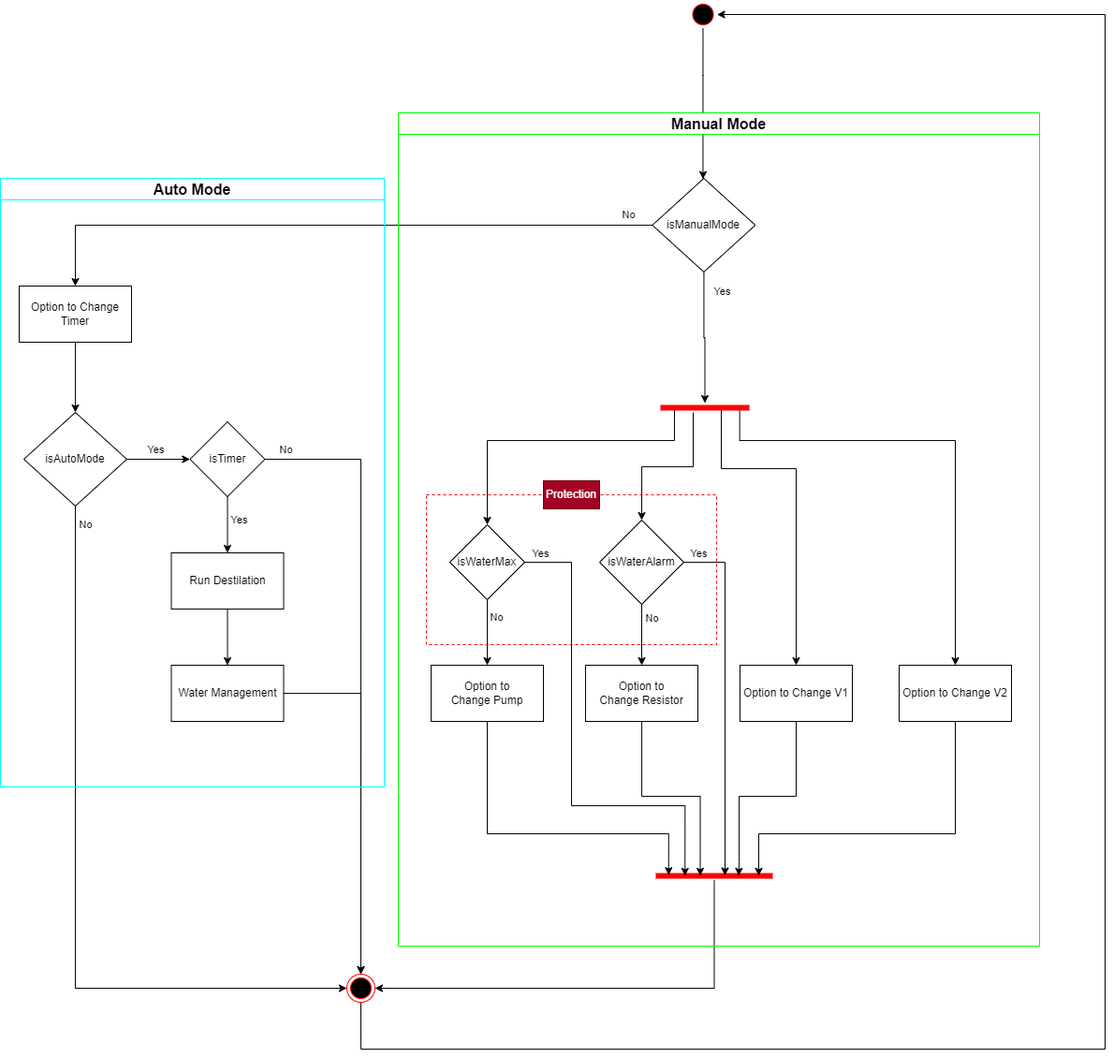
Above: Documentation/diagrams/Sequencia do funcionamento user level/Sequencia do funcionamento user level.drawio.png in primituga/InteligentDestiller (draw.io), before the change. Source tidied: cells renumbered, new cells last; positions are measured from the earlier drawing's top-left corner, leaving out a move shared by most shapes. Its diagram source:
```xml
<mxGraphModel>
  <root>
    <mxCell id="0" />
    <mxCell id="1" parent="0" />
    <mxCell id="2" value="Option to Change V1" style="rounded=0;whiteSpace=wrap;html=1;" parent="1" vertex="1">
      <mxGeometry x="790" y="710" width="120" height="60" as="geometry" />
    </mxCell>
    <mxCell id="3" style="edgeStyle=orthogonalEdgeStyle;rounded=0;jettySize=auto;html=1;entryDx=0;entryDy=0;entryPerimeter=0;" parent="1" edge="1" source="5" target="19">
      <mxGeometry relative="1" as="geometry" />
    </mxCell>
    <mxCell id="4" value="Yes" style="edgeLabel;html=1;align=center;verticalAlign=middle;" parent="3" vertex="1">
      <mxGeometry x="-0.29" y="-2" relative="1" as="geometry">
        <mxPoint x="21" y="-30" as="offset" />
      </mxGeometry>
    </mxCell>
    <mxCell id="5" value="isManualMode" style="rhombus;whiteSpace=wrap;html=1;" parent="1" vertex="1">
      <mxGeometry x="696.4" y="190" width="110" height="100" as="geometry" />
    </mxCell>
    <mxCell id="6" value="Option to Change&amp;nbsp;V2" style="rounded=0;whiteSpace=wrap;html=1;" parent="1" vertex="1">
      <mxGeometry x="960" y="710" width="120" height="60" as="geometry" />
    </mxCell>
    <mxCell id="7" value="Option to Change&amp;nbsp;Pump" style="rounded=0;whiteSpace=wrap;html=1;" parent="1" vertex="1">
      <mxGeometry x="460" y="710" width="120" height="60" as="geometry" />
    </mxCell>
    <mxCell id="8" value="Option to Change&amp;nbsp;Resistor" style="rounded=0;whiteSpace=wrap;html=1;" parent="1" vertex="1">
      <mxGeometry x="625" y="710" width="120" height="60" as="geometry" />
    </mxCell>
    <mxCell id="9" style="edgeStyle=orthogonalEdgeStyle;rounded=0;jettySize=auto;html=1;entryDx=0;entryDy=0;" parent="1" edge="1" source="11" target="7">
      <mxGeometry relative="1" as="geometry" />
    </mxCell>
    <mxCell id="10" value="No" style="edgeLabel;html=1;align=center;verticalAlign=middle;" parent="9" vertex="1">
      <mxGeometry x="-0.22" y="1" relative="1" as="geometry">
        <mxPoint x="9" y="-9" as="offset" />
      </mxGeometry>
    </mxCell>
    <mxCell id="11" value="isWaterMax" style="rhombus;whiteSpace=wrap;html=1;" parent="1" vertex="1">
      <mxGeometry x="480" y="560" width="80" height="80" as="geometry" />
    </mxCell>
    <mxCell id="12" style="edgeStyle=orthogonalEdgeStyle;rounded=0;jettySize=auto;html=1;entryDx=0;entryDy=0;" parent="1" edge="1" source="14" target="8">
      <mxGeometry relative="1" as="geometry" />
    </mxCell>
    <mxCell id="13" value="No" style="edgeLabel;html=1;align=center;verticalAlign=middle;" parent="12" vertex="1">
      <mxGeometry x="-0.28" relative="1" as="geometry">
        <mxPoint x="11" y="-9" as="offset" />
      </mxGeometry>
    </mxCell>
    <mxCell id="14" value="isWaterAlarm" style="rhombus;whiteSpace=wrap;html=1;" parent="1" vertex="1">
      <mxGeometry x="640" y="555" width="90" height="90" as="geometry" />
    </mxCell>
    <mxCell id="15" style="edgeStyle=orthogonalEdgeStyle;rounded=0;jettySize=auto;html=1;exitDx=0;exitDy=0;exitPerimeter=0;entryDx=0;entryDy=0;exitX=0.75;exitY=0.5;entryX=0.5;entryY=0;" parent="1" edge="1" source="19" target="2">
      <mxGeometry relative="1" as="geometry">
        <Array as="points">
          <mxPoint x="770" y="435" />
          <mxPoint x="770" y="500" />
          <mxPoint x="850" y="500" />
        </Array>
      </mxGeometry>
    </mxCell>
    <mxCell id="16" style="edgeStyle=orthogonalEdgeStyle;rounded=0;jettySize=auto;html=1;exitDx=0;exitDy=0;exitPerimeter=0;exitX=0.25;exitY=0.5;entryX=0.5;entryY=0;entryDx=0;entryDy=0;" parent="1" edge="1" source="19" target="11">
      <mxGeometry relative="1" as="geometry">
        <Array as="points">
          <mxPoint x="720" y="435" />
          <mxPoint x="720" y="470" />
          <mxPoint x="520" y="470" />
        </Array>
      </mxGeometry>
    </mxCell>
    <mxCell id="17" style="edgeStyle=orthogonalEdgeStyle;rounded=0;jettySize=auto;html=1;exitDx=0;exitDy=0;exitPerimeter=0;entryDx=0;entryDy=0;exitX=0.891;exitY=0.533;entryX=0.5;entryY=0;" parent="1" edge="1" source="19" target="6">
      <mxGeometry relative="1" as="geometry">
        <Array as="points">
          <mxPoint x="790" y="470" />
          <mxPoint x="1020" y="470" />
        </Array>
      </mxGeometry>
    </mxCell>
    <mxCell id="18" style="edgeStyle=orthogonalEdgeStyle;rounded=0;jettySize=auto;html=1;entryX=0.5;entryY=0;entryDx=0;entryDy=0;" parent="1" edge="1" source="19" target="14">
      <mxGeometry relative="1" as="geometry">
        <Array as="points">
          <mxPoint x="740" y="498" />
          <mxPoint x="685" y="498" />
        </Array>
      </mxGeometry>
    </mxCell>
    <mxCell id="19" style="shape=line;html=1;strokeWidth=6;strokeColor=#ff0000;rotation=0;" parent="1" vertex="1">
      <mxGeometry x="705" y="430" width="95" height="10" as="geometry" />
    </mxCell>
    <mxCell id="20" style="edgeStyle=orthogonalEdgeStyle;rounded=0;jettySize=auto;html=1;exitX=0.5;exitY=1;exitDx=0;exitDy=0;" parent="1" edge="1" source="21" target="5">
      <mxGeometry relative="1" as="geometry">
        <Array as="points">
          <mxPoint x="751" y="80" />
          <mxPoint x="751" y="80" />
        </Array>
      </mxGeometry>
    </mxCell>
    <mxCell id="21" style="ellipse;html=1;shape=startState;fillColor=#000000;strokeColor=#ff0000;" parent="1" vertex="1">
      <mxGeometry x="735.5" width="30" height="30" as="geometry" />
    </mxCell>
    <mxCell id="22" style="edgeStyle=orthogonalEdgeStyle;rounded=0;jettySize=auto;html=1;entryDx=0;entryDy=0;" parent="1" edge="1" source="26" target="33">
      <mxGeometry relative="1" as="geometry" />
    </mxCell>
    <mxCell id="23" value="Yes" style="edgeLabel;html=1;align=center;verticalAlign=middle;" parent="22" vertex="1">
      <mxGeometry x="-0.13" y="-2" relative="1" as="geometry">
        <mxPoint x="1" y="-12" as="offset" />
      </mxGeometry>
    </mxCell>
    <mxCell id="24" style="edgeStyle=orthogonalEdgeStyle;rounded=0;jettySize=auto;html=1;entryDx=0;entryDy=0;exitX=0.5;exitY=1;exitDx=0;exitDy=0;" parent="1" edge="1" source="26" target="39">
      <mxGeometry relative="1" as="geometry">
        <Array as="points">
          <mxPoint x="80" y="1055" />
        </Array>
      </mxGeometry>
    </mxCell>
    <mxCell id="25" value="No" style="edgeLabel;html=1;align=center;verticalAlign=middle;" parent="24" vertex="1">
      <mxGeometry x="0.43" relative="1" as="geometry">
        <mxPoint x="-50" y="-495" as="offset" />
      </mxGeometry>
    </mxCell>
    <mxCell id="26" value="isAutoMode" style="rhombus;whiteSpace=wrap;html=1;" parent="1" vertex="1">
      <mxGeometry x="25" y="440" width="110" height="100" as="geometry" />
    </mxCell>
    <mxCell id="27" style="edgeStyle=orthogonalEdgeStyle;rounded=0;jettySize=auto;html=1;entryDx=0;entryDy=0;" parent="1" edge="1" source="28" target="37">
      <mxGeometry relative="1" as="geometry" />
    </mxCell>
    <mxCell id="28" value="Run Destilation" style="rounded=0;whiteSpace=wrap;html=1;" parent="1" vertex="1">
      <mxGeometry x="182.5" y="590" width="120" height="60" as="geometry" />
    </mxCell>
    <mxCell id="29" style="edgeStyle=orthogonalEdgeStyle;rounded=0;jettySize=auto;html=1;entryDx=0;entryDy=0;" parent="1" edge="1" source="33" target="28">
      <mxGeometry relative="1" as="geometry" />
    </mxCell>
    <mxCell id="30" value="Yes" style="edgeLabel;html=1;align=center;verticalAlign=middle;" parent="29" vertex="1">
      <mxGeometry x="-0.16" y="-1" relative="1" as="geometry">
        <mxPoint x="13" as="offset" />
      </mxGeometry>
    </mxCell>
    <mxCell id="31" style="edgeStyle=orthogonalEdgeStyle;rounded=0;jettySize=auto;html=1;entryDx=0;entryDy=0;exitX=1;exitY=0.5;exitDx=0;exitDy=0;" parent="1" edge="1" source="33" target="39">
      <mxGeometry relative="1" as="geometry">
        <Array as="points">
          <mxPoint x="385" y="490" />
        </Array>
      </mxGeometry>
    </mxCell>
    <mxCell id="32" value="No" style="edgeLabel;html=1;align=center;verticalAlign=middle;" parent="31" vertex="1">
      <mxGeometry x="-0.01" y="-1" relative="1" as="geometry">
        <mxPoint x="-80" y="-230" as="offset" />
      </mxGeometry>
    </mxCell>
    <mxCell id="33" value="isTimer" style="rhombus;whiteSpace=wrap;html=1;" parent="1" vertex="1">
      <mxGeometry x="202.5" y="450" width="80" height="80" as="geometry" />
    </mxCell>
    <mxCell id="34" style="edgeStyle=orthogonalEdgeStyle;rounded=0;jettySize=auto;html=1;entryDx=0;entryDy=0;exitDx=0;exitDy=0;" parent="1" edge="1" source="35" target="26">
      <mxGeometry relative="1" as="geometry" />
    </mxCell>
    <mxCell id="35" value="Option to Change Timer" style="rounded=0;whiteSpace=wrap;html=1;" parent="1" vertex="1">
      <mxGeometry x="20" y="305" width="120" height="60" as="geometry" />
    </mxCell>
    <mxCell id="36" style="edgeStyle=orthogonalEdgeStyle;rounded=0;jettySize=auto;html=1;entryDx=0;entryDy=0;" parent="1" edge="1" source="37" target="39">
      <mxGeometry relative="1" as="geometry" />
    </mxCell>
    <mxCell id="37" value="Water Management" style="rounded=0;whiteSpace=wrap;html=1;" parent="1" vertex="1">
      <mxGeometry x="182.5" y="710" width="120" height="60" as="geometry" />
    </mxCell>
    <mxCell id="38" style="edgeStyle=orthogonalEdgeStyle;rounded=0;jettySize=auto;html=1;entryX=1;entryY=0.5;entryDx=0;entryDy=0;" parent="1" edge="1" source="39" target="21">
      <mxGeometry relative="1" as="geometry">
        <Array as="points">
          <mxPoint x="385" y="1120" />
          <mxPoint x="1180" y="1120" />
          <mxPoint x="1180" y="15" />
        </Array>
      </mxGeometry>
    </mxCell>
    <mxCell id="39" style="ellipse;html=1;shape=endState;fillColor=#000000;strokeColor=#ff0000;" parent="1" vertex="1">
      <mxGeometry x="370" y="1040" width="30" height="30" as="geometry" />
    </mxCell>
    <mxCell id="40" style="edgeStyle=orthogonalEdgeStyle;rounded=0;jettySize=auto;html=1;entryDx=0;entryDy=0;entryX=0.5;entryY=0;" parent="1" edge="1" source="5" target="35">
      <mxGeometry relative="1" as="geometry">
        <Array as="points">
          <mxPoint x="80" y="240" />
        </Array>
      </mxGeometry>
    </mxCell>
    <mxCell id="41" value="No" style="edgeLabel;html=1;align=center;verticalAlign=middle;" parent="40" vertex="1">
      <mxGeometry x="-0.13" relative="1" as="geometry">
        <mxPoint x="269" y="-12" as="offset" />
      </mxGeometry>
    </mxCell>
    <mxCell id="42" style="edgeStyle=orthogonalEdgeStyle;rounded=0;jettySize=auto;html=1;entryX=1;entryY=0.5;entryDx=0;entryDy=0;" parent="1" edge="1" source="43" target="39">
      <mxGeometry relative="1" as="geometry">
        <Array as="points">
          <mxPoint x="763" y="1055" />
        </Array>
      </mxGeometry>
    </mxCell>
    <mxCell id="43" style="shape=line;html=1;strokeWidth=6;strokeColor=#ff0000;rotation=0;" parent="1" vertex="1">
      <mxGeometry x="700" y="930" width="125" height="10" as="geometry" />
    </mxCell>
    <mxCell id="44" style="edgeStyle=orthogonalEdgeStyle;rounded=0;jettySize=auto;html=1;entryX=0.874;entryY=0.49;entryDx=0;entryDy=0;entryPerimeter=0;" parent="1" edge="1" source="6" target="43">
      <mxGeometry relative="1" as="geometry">
        <Array as="points">
          <mxPoint x="1020" y="890" />
          <mxPoint x="810" y="890" />
          <mxPoint x="810" y="935" />
        </Array>
      </mxGeometry>
    </mxCell>
    <mxCell id="45" style="edgeStyle=orthogonalEdgeStyle;rounded=0;jettySize=auto;html=1;entryX=0.709;entryY=0.49;entryDx=0;entryDy=0;entryPerimeter=0;" parent="1" edge="1" source="2" target="43">
      <mxGeometry relative="1" as="geometry">
        <Array as="points">
          <mxPoint x="850" y="850" />
          <mxPoint x="789" y="850" />
          <mxPoint x="789" y="920" />
          <mxPoint x="789" y="920" />
        </Array>
      </mxGeometry>
    </mxCell>
    <mxCell id="46" style="edgeStyle=orthogonalEdgeStyle;rounded=0;jettySize=auto;html=1;entryX=0.59;entryY=0.447;entryDx=0;entryDy=0;entryPerimeter=0;" parent="1" edge="1" source="14" target="43">
      <mxGeometry relative="1" as="geometry">
        <Array as="points">
          <mxPoint x="774" y="600" />
          <mxPoint x="774" y="935" />
        </Array>
      </mxGeometry>
    </mxCell>
    <mxCell id="47" value="Yes" style="edgeLabel;html=1;align=center;verticalAlign=middle;" parent="46" vertex="1">
      <mxGeometry x="-0.9" relative="1" as="geometry">
        <mxPoint x="-3" y="-10" as="offset" />
      </mxGeometry>
    </mxCell>
    <mxCell id="48" style="edgeStyle=orthogonalEdgeStyle;rounded=0;jettySize=auto;html=1;entryX=0.25;entryY=0.5;entryDx=0;entryDy=0;entryPerimeter=0;" parent="1" edge="1" source="11" target="43">
      <mxGeometry relative="1" as="geometry">
        <Array as="points">
          <mxPoint x="610" y="600" />
          <mxPoint x="610" y="860" />
          <mxPoint x="731" y="860" />
        </Array>
      </mxGeometry>
    </mxCell>
    <mxCell id="49" value="Yes" style="edgeLabel;html=1;align=center;verticalAlign=middle;" parent="48" vertex="1">
      <mxGeometry x="0.68" y="-2" relative="1" as="geometry">
        <mxPoint x="-148" y="-272" as="offset" />
      </mxGeometry>
    </mxCell>
    <mxCell id="50" style="edgeStyle=orthogonalEdgeStyle;rounded=0;jettySize=auto;html=1;entryX=0.38;entryY=0.49;entryDx=0;entryDy=0;entryPerimeter=0;" parent="1" edge="1" source="8" target="43">
      <mxGeometry relative="1" as="geometry" />
    </mxCell>
    <mxCell id="51" style="edgeStyle=orthogonalEdgeStyle;rounded=0;jettySize=auto;html=1;entryX=0.11;entryY=0.421;entryDx=0;entryDy=0;entryPerimeter=0;" parent="1" edge="1" source="7" target="43">
      <mxGeometry relative="1" as="geometry">
        <Array as="points">
          <mxPoint x="520" y="890" />
          <mxPoint x="714" y="890" />
        </Array>
      </mxGeometry>
    </mxCell>
    <mxCell id="52" value="Manual Mode" style="swimlane;whiteSpace=wrap;html=1;strokeColor=#00FF00;fontSize=16;" parent="1" vertex="1">
      <mxGeometry x="425" y="120" width="685" height="890" as="geometry" />
    </mxCell>
    <mxCell id="53" style="rounded=0;whiteSpace=wrap;html=1;fillColor=none;strokeColor=#FF0000;dashed=1;" parent="52" vertex="1">
      <mxGeometry x="30" y="408" width="310" height="160" as="geometry" />
    </mxCell>
    <mxCell id="54" value="Protection" style="text;html=1;align=center;verticalAlign=middle;whiteSpace=wrap;rounded=0;fillColor=#a20025;fontColor=#ffffff;strokeColor=#6F0000;" parent="52" vertex="1">
      <mxGeometry x="155" y="393" width="60" height="30" as="geometry" />
    </mxCell>
    <mxCell id="55" value="Auto Mode" style="swimlane;whiteSpace=wrap;html=1;strokeColor=#00FFFF;fontSize=16;" parent="1" vertex="1">
      <mxGeometry y="190" width="410" height="650" as="geometry" />
    </mxCell>
  </root>
</mxGraphModel>
```
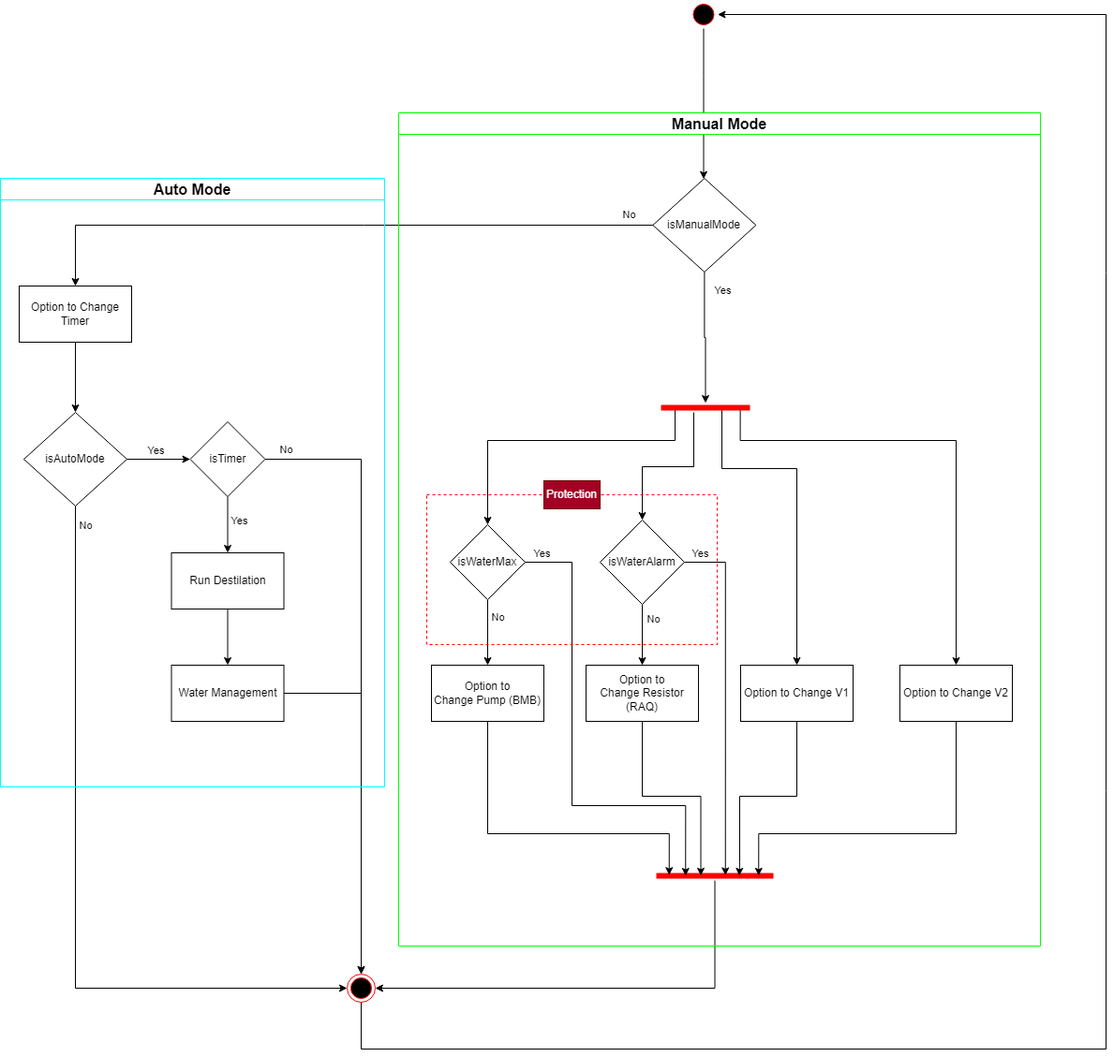
After the change.

The edit, as a diff of the source:
```diff
@@ -19,10 +19,10 @@
     <mxCell id="6" value="Option to Change&amp;nbsp;V2" style="rounded=0;whiteSpace=wrap;html=1;" parent="1" vertex="1">
       <mxGeometry x="960" y="710" width="120" height="60" as="geometry" />
     </mxCell>
-    <mxCell id="7" value="Option to Change&amp;nbsp;Pump" style="rounded=0;whiteSpace=wrap;html=1;" parent="1" vertex="1">
+    <mxCell id="7" value="Option to Change&amp;nbsp;Pump (BMB)" style="rounded=0;whiteSpace=wrap;html=1;" parent="1" vertex="1">
       <mxGeometry x="460" y="710" width="120" height="60" as="geometry" />
     </mxCell>
-    <mxCell id="8" value="Option to Change&amp;nbsp;Resistor" style="rounded=0;whiteSpace=wrap;html=1;" parent="1" vertex="1">
+    <mxCell id="8" value="Option to Change&amp;nbsp;Resistor (RAQ)" style="rounded=0;whiteSpace=wrap;html=1;" parent="1" vertex="1">
       <mxGeometry x="625" y="710" width="120" height="60" as="geometry" />
     </mxCell>
     <mxCell id="9" style="edgeStyle=orthogonalEdgeStyle;rounded=0;jettySize=auto;html=1;entryDx=0;entryDy=0;" parent="1" edge="1" source="11" target="7">
```
